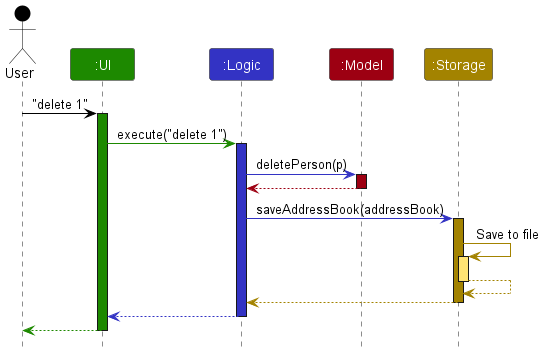
Above: docs/images/ArchitectureSequenceDiagram.png in nus-cs2103-AY2324S2/tp (PlantUML), before the change.
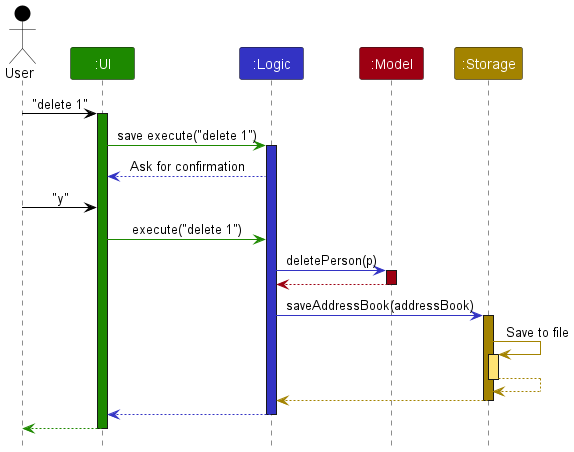
The same file after the commit.

The edit, as a diff of the source:
```diff
@@ -11,8 +11,11 @@
 user -[USER_COLOR]> ui : "delete 1"
 activate ui UI_COLOR
 
+ui -[UI_COLOR]> logic : save execute("delete 1")
+activate logic LOGIC_COLOR
+logic --[LOGIC_COLOR]> ui : Ask for confirmation
+user -[USER_COLOR]> ui : "y"
 ui -[UI_COLOR]> logic : execute("delete 1")
-activate logic LOGIC_COLOR
 
 logic -[LOGIC_COLOR]> model : deletePerson(p)
 activate model MODEL_COLOR
```
